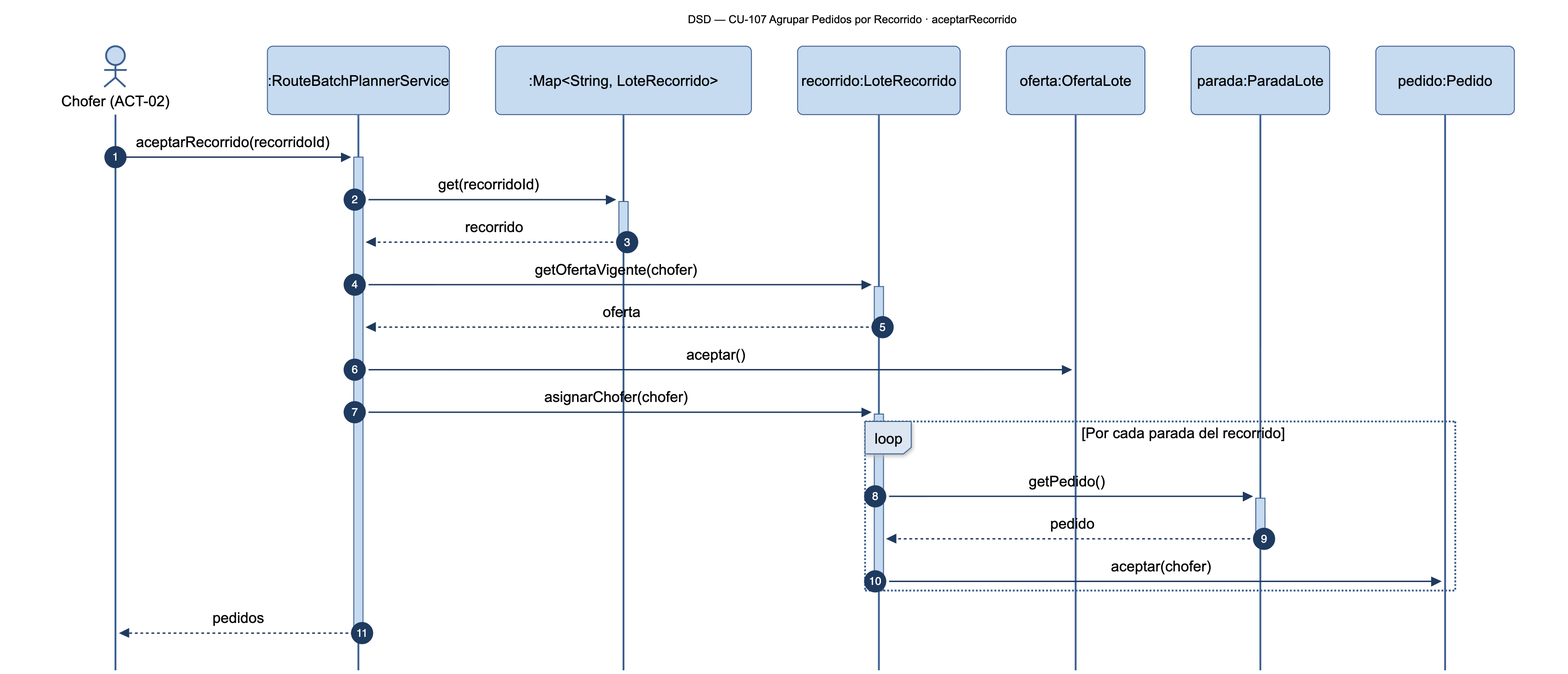
Before: diagramas/png/DSD_CU-107_aceptarRecorrido.png, a diagram exported from Mermaid (Nahuelito-Dev/splg-docs). Its source is kept beside it as diagramas/DSD_CU-107_aceptarRecorrido.mmd.
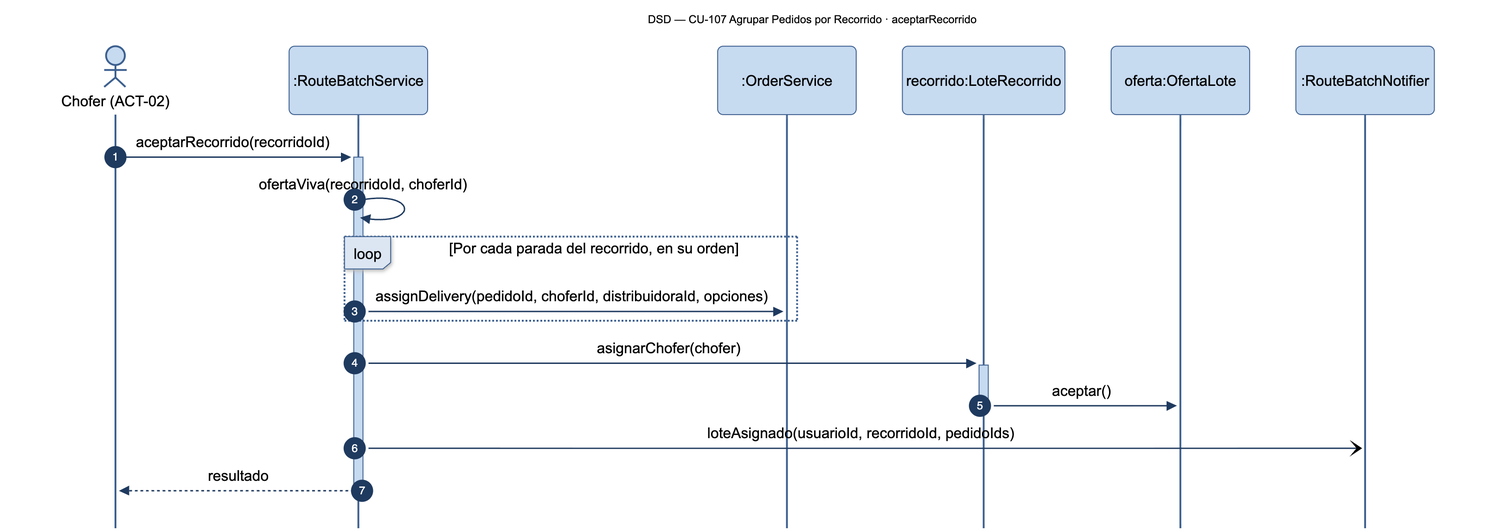
Later version of the same file.

What changed in the source:
```diff
@@ -2,24 +2,19 @@
     title DSD — CU-107 Agrupar Pedidos por Recorrido · aceptarRecorrido
     autonumber
     actor CHF as Chofer (ACT-02)
-    participant SRV as :RouteBatchPlannerService
-    participant RECS as :Map#lt;String, LoteRecorrido#gt;
+    participant RBS as :RouteBatchService
+    participant ORD as :OrderService
     participant LOT as recorrido:LoteRecorrido
     participant OFL as oferta:OfertaLote
-    participant PRA as parada:ParadaLote
-    participant PED as pedido:Pedido
+    participant RBN as :RouteBatchNotifier
 
-    CHF->>+SRV: aceptarRecorrido(recorridoId)
-    SRV->>+RECS: get(recorridoId)
-    RECS-->>-SRV: recorrido
-    SRV->>+LOT: getOfertaVigente(chofer)
-    LOT-->>-SRV: oferta
-    SRV->>OFL: aceptar()
-    SRV->>+LOT: asignarChofer(chofer)
-    loop Por cada parada del recorrido
-        LOT->>+PRA: getPedido()
-        PRA-->>-LOT: pedido
-        LOT->>PED: aceptar(chofer)
+    CHF->>+RBS: aceptarRecorrido(recorridoId)
+    RBS->>RBS: ofertaViva(recorridoId, choferId)
+    loop Por cada parada del recorrido, en su orden
+        RBS->>ORD: assignDelivery(pedidoId, choferId, distribuidoraId, opciones)
     end
+    RBS->>+LOT: asignarChofer(chofer)
+    LOT->>OFL: aceptar()
     deactivate LOT
-    SRV-->>-CHF: pedidos
+    RBS-)RBN: loteAsignado(usuarioId, recorridoId, pedidoIds)
+    RBS-->>-CHF: resultado
```
